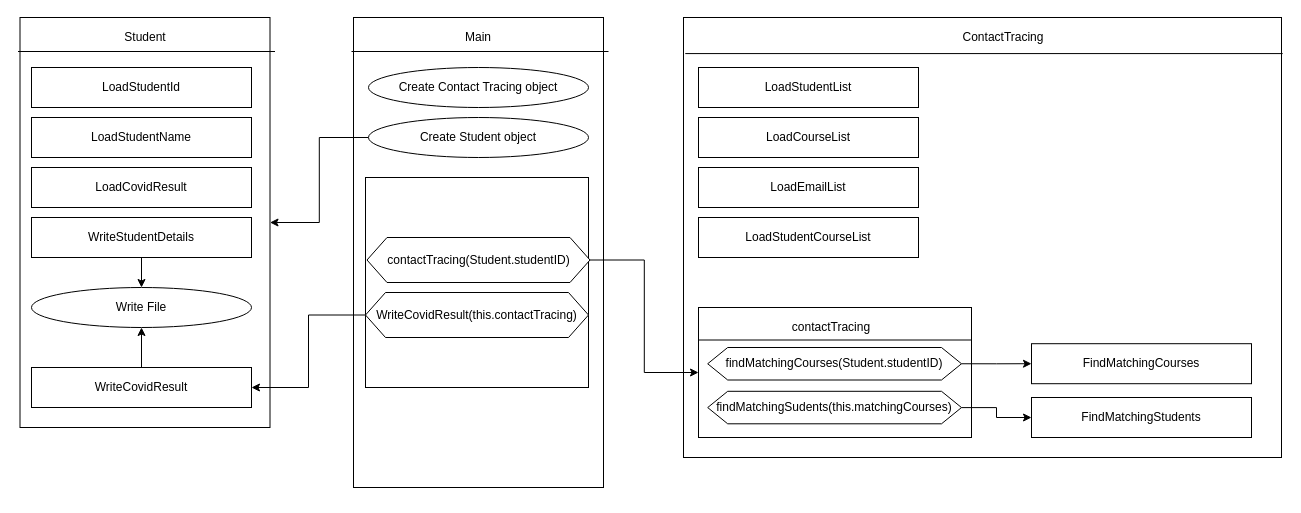
Above: Untitled Diagram.drawio in JackStirling15/JavaAsignment1 (draw.io), before the change. Source tidied: cells renumbered, new cells numbered last; positions are measured from the earlier drawing's top-left corner, leaving out a move shared by most shapes. Both pictures are drawn from the tidied source at 100%, with x=0, y=0 at pixel (17, 17).
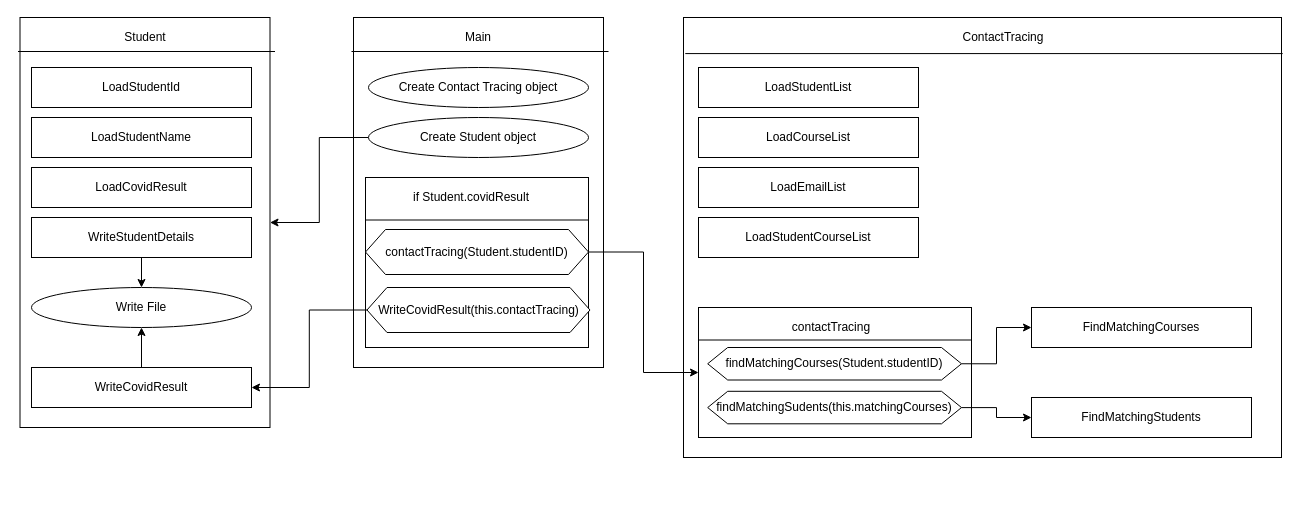
After the change.

Change to the diagram source:
```diff
@@
     <mxCell id="2" style="rounded=0;whiteSpace=wrap;html=1;" parent="1" vertex="1">
-      <mxGeometry x="336" width="250" height="470" as="geometry" />
+      <mxGeometry x="336" width="250" height="350" as="geometry" />
     </mxCell>
     <mxCell id="3" style="rounded=0;whiteSpace=wrap;html=1;" parent="1" vertex="1">
-      <mxGeometry x="348" y="160" width="223" height="210" as="geometry" />
+      <mxGeometry x="348" y="160" width="223" height="170" as="geometry" />
     </mxCell>
@@
     <mxCell id="31" value="contactTracing(Student.studentID)" style="shape=hexagon;perimeter=hexagonPerimeter2;whiteSpace=wrap;html=1;fixedSize=1;" parent="1" vertex="1">
-      <mxGeometry x="349.5" y="220" width="223" height="45" as="geometry" />
+      <mxGeometry x="348" y="212" width="223" height="45" as="geometry" />
     </mxCell>
@@
     <mxCell id="33" value="FindMatchingCourses" style="rounded=0;whiteSpace=wrap;html=1;" parent="1" vertex="1">
-      <mxGeometry x="1014" y="326.2" width="220" height="40" as="geometry" />
+      <mxGeometry x="1014" y="290" width="220" height="40" as="geometry" />
     </mxCell>
@@
     <mxCell id="42" value="WriteCovidResult(this.contactTracing)" style="shape=hexagon;perimeter=hexagonPerimeter2;whiteSpace=wrap;html=1;fixedSize=1;" parent="1" vertex="1">
-      <mxGeometry x="348" y="275" width="223" height="45" as="geometry" />
+      <mxGeometry x="349.5" y="270" width="223" height="45" as="geometry" />
     </mxCell>
+    <mxCell id="43" value="if Student.covidResult" style="text;html=1;strokeColor=none;fillColor=none;align=center;verticalAlign=middle;whiteSpace=wrap;rounded=0;" parent="1" vertex="1">
+      <mxGeometry x="364" y="170" width="180" height="20" as="geometry" />
+    </mxCell>
+    <mxCell id="44" style="endArrow=none;html=1;exitX=0;exitY=0.25;exitDx=0;exitDy=0;entryX=1;entryY=0.25;entryDx=0;entryDy=0;" parent="1" edge="1" source="3" target="3">
+      <mxGeometry relative="1" as="geometry" />
+    </mxCell>
```
